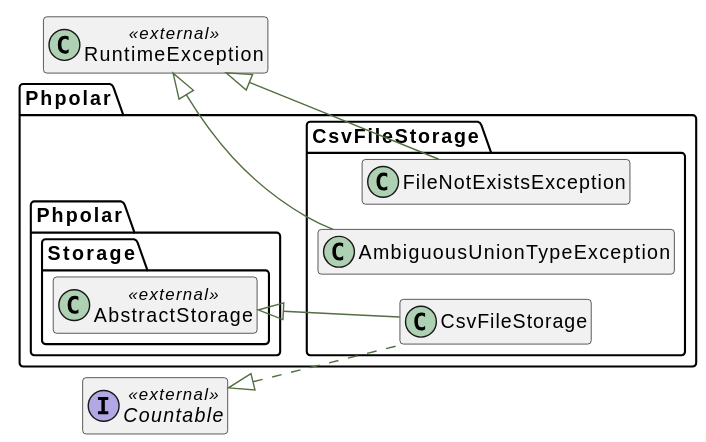
This is docs/graphs/classes.svg from phpolar/csv-file-storage, a PlantUML export, as it was before one commit.
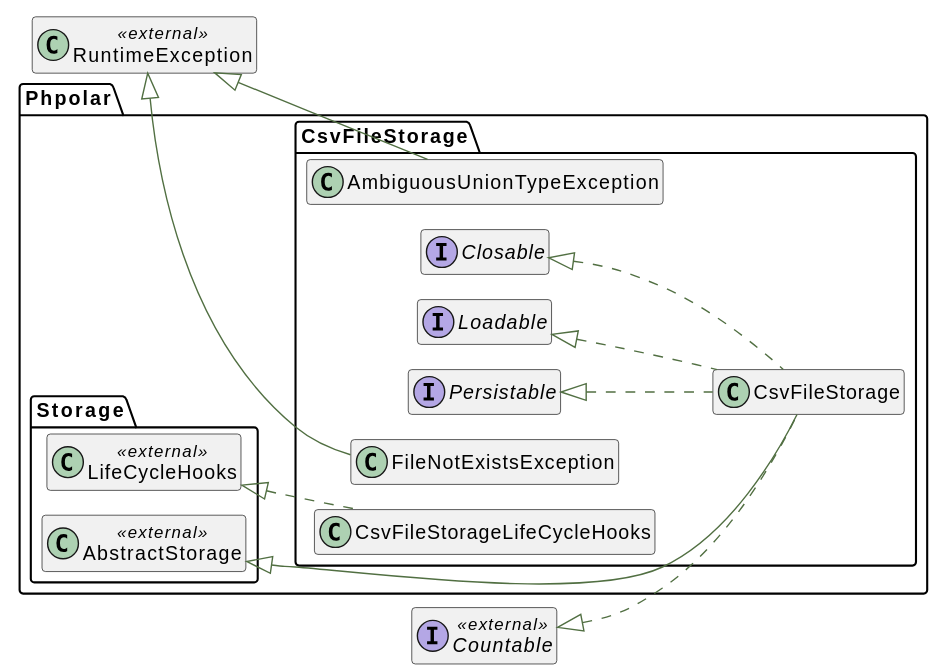
Later version of the same file.

The edit, as a diff of the source:
```diff
@@ -19,14 +19,34 @@
      class "AmbiguousUnionTypeException" as AmbiguousUnionTypeException__class   extends \\RuntimeException__class  {
     }
 }
-namespace Phpolar\\Phpolar\\Storage {
+namespace Phpolar\\Storage {
     class "AbstractStorage" as AbstractStorage__class << external >>{
     }
 }
 interface "Countable" as Countable__class << external >>{
 }
 namespace Phpolar\\CsvFileStorage {
-     class "CsvFileStorage" as CsvFileStorage__class   extends \\Phpolar\\Phpolar\\Storage\\AbstractStorage__class  implements \\Countable__class {
+    interface "Closable" as Closable__interface  {
+    }
+}
+namespace Phpolar\\CsvFileStorage {
+    interface "Loadable" as Loadable__interface  {
+    }
+}
+namespace Phpolar\\CsvFileStorage {
+    interface "Persistable" as Persistable__interface  {
+    }
+}
+namespace Phpolar\\CsvFileStorage {
+     class "CsvFileStorage" as CsvFileStorage__class   extends \\Phpolar\\Storage\\AbstractStorage__class  implements \\Countable__class,\\Phpolar\\CsvFileStorage\\Closable__interface,\\Phpolar\\CsvFileStorage\\Loadable__interface,\\Phpolar\\CsvFileStorage\\Persistable__interface {
+    }
+}
+namespace Phpolar\\Storage {
+    class "LifeCycleHooks" as LifeCycleHooks__class << external >>{
+    }
+}
+namespace Phpolar\\CsvFileStorage {
+     class "CsvFileStorageLifeCycleHooks" as CsvFileStorageLifeCycleHooks__class    implements \\Phpolar\\Storage\\LifeCycleHooks__class {
     }
 }
 namespace Phpolar\\CsvFileStorage {
```
